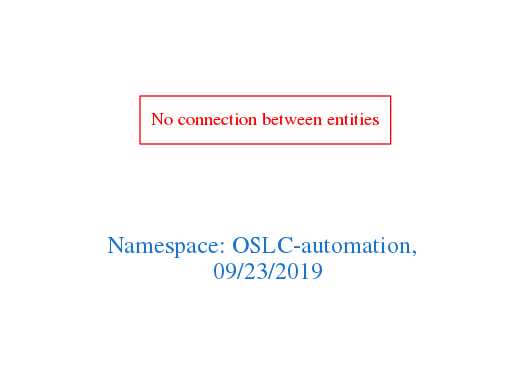
This is downloads/OSLC-automation.png from arago/OGIT, a Graphviz export, as it was before one commit. Its source is kept beside it as downloads/OSLC-automation.dot. The source it was exported from:
```dot
digraph OGIT_ontology {
 graph [ rankdir= LR,pad=1
fontsize = 18,
fontcolor= dodgerblue3,label = "\n\n\nNamespace: OSLC-automation, \n 09/23/2019"];
node[shape=polygon];
edge [  color="gray81"];

"No connection between entities" [fontcolor = "red",color="red", shape="polygon"]
}
```
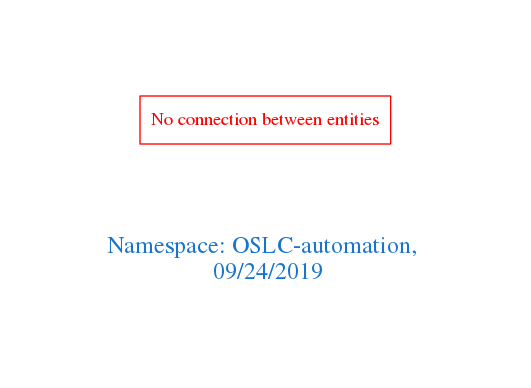
Above is the later version.

The edit, as a diff of the source:
```diff
@@ -1,7 +1,7 @@
 digraph OGIT_ontology {
  graph [ rankdir= LR,pad=1
 fontsize = 18,
-fontcolor= dodgerblue3,label = "\n\n\nNamespace: OSLC-automation, \n 09/23/2019"];
+fontcolor= dodgerblue3,label = "\n\n\nNamespace: OSLC-automation, \n 09/24/2019"];
 node[shape=polygon];
 edge [  color="gray81"];
 
```
